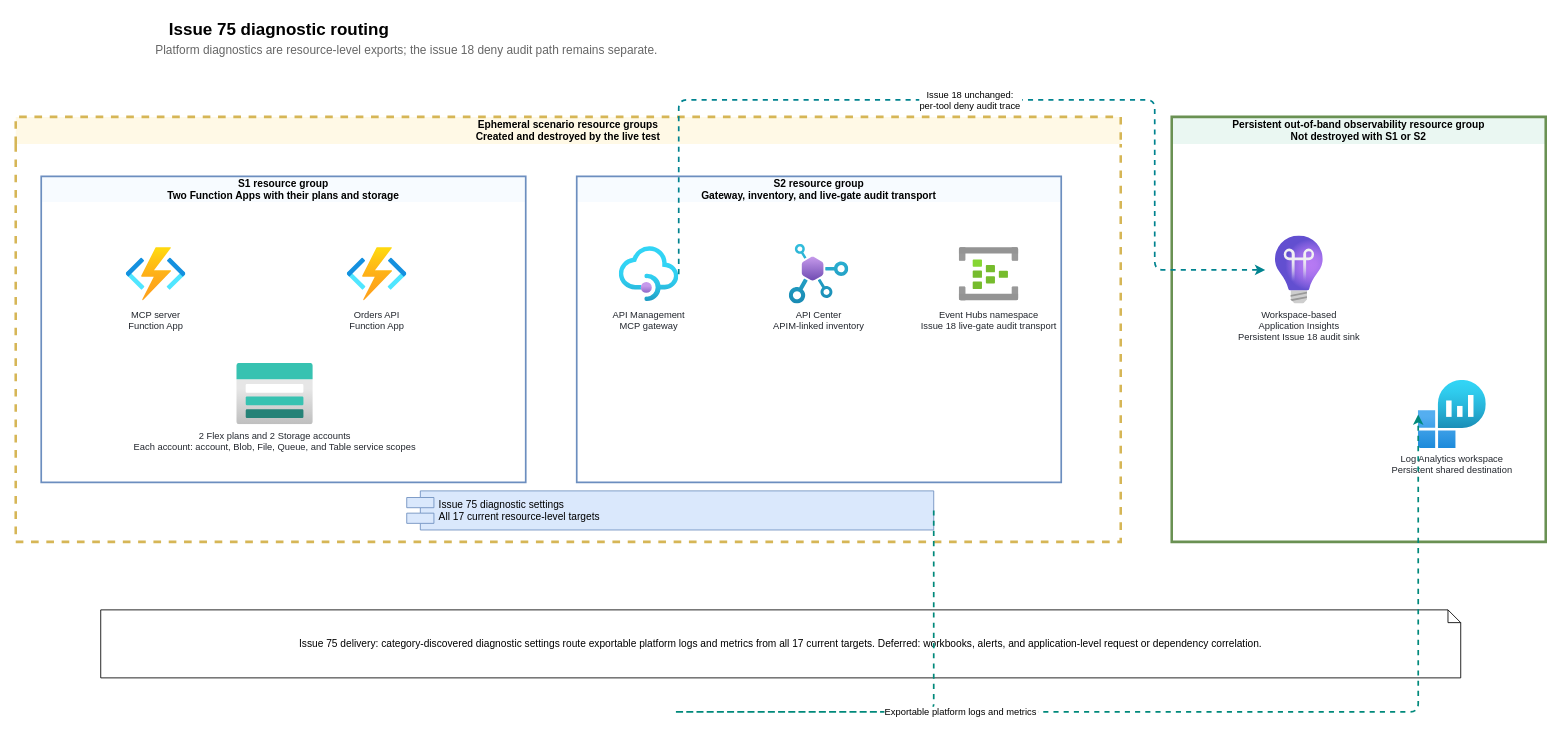
The draw.io diagram docs/diagrams/diagnostic-routing.drawio in collaborationwithothers/mcp-platform-azure, before the edit. Source tidied: cells renumbered, new cells numbered last; positions are measured from the earlier drawing's top-left corner, leaving out a move shared by most shapes. Both pictures are drawn from the tidied source at 85%, with x=0, y=0 at pixel (15, 14).
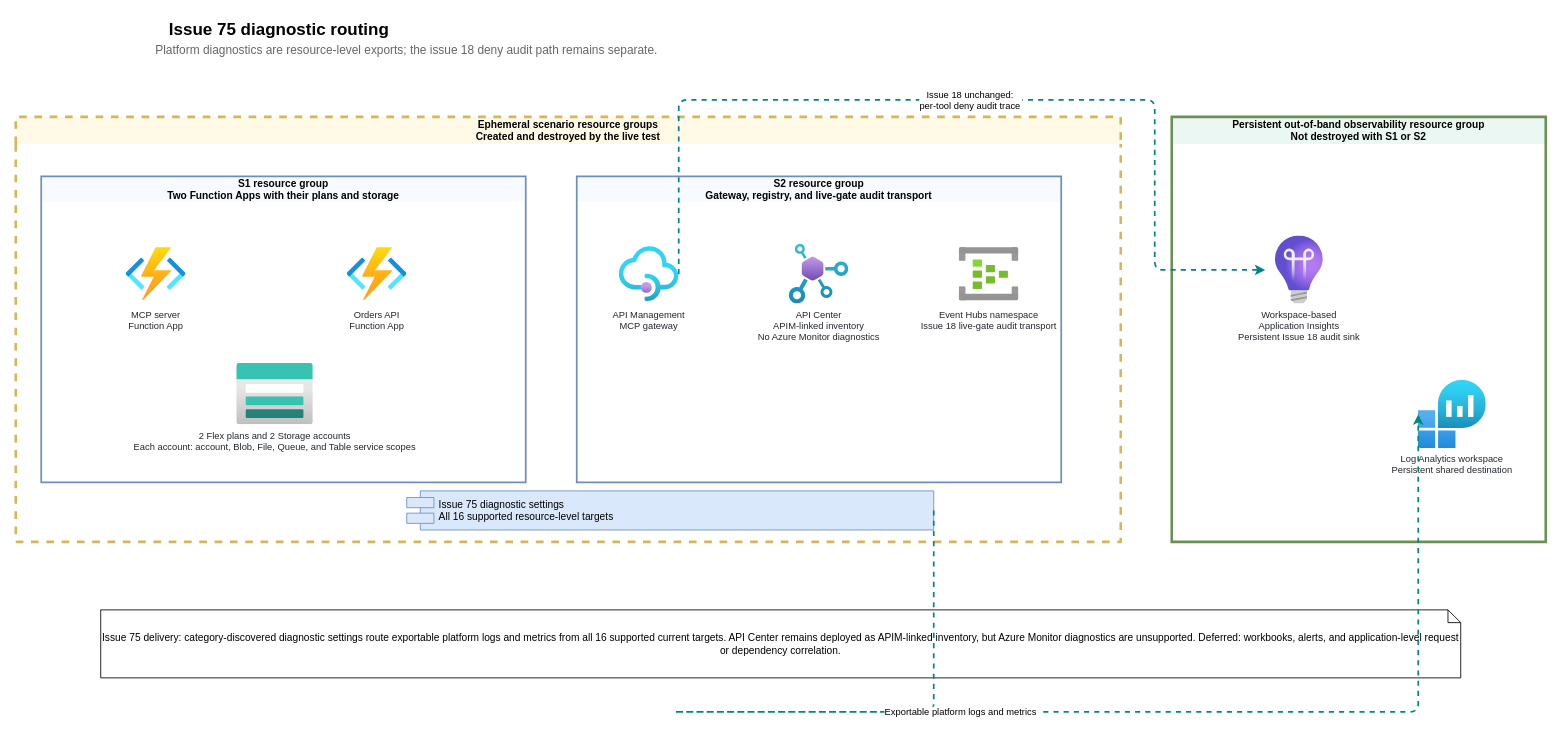
The same diagram, later.

Commit message:
docs: align diagnostic diagram with supported targets

Unchanged cells that the change refers to:
```xml
<mxCell id="2" value="Ephemeral scenario resource groups&#10;Created and destroyed by the live test" style="swimlane;startSize=32;fontStyle=1;fillColor=#fff9e6;strokeColor=#d6b656;strokeWidth=3;dashed=1;swimlaneLine=0;convertToSvg=1;" parent="1" vertex="1">
  <mxGeometry y="120" width="1300" height="500" as="geometry" />
</mxCell>
<mxCell id="9" value="API Management&#10;MCP gateway" style="sketch=0;points=[[0,0,0],[1,0,0],[0,1,0],[1,1,0],[0,0.5,0],[1,0.5,0]];image;fontSize=11;fontColor=#23272E;verticalLabelPosition=bottom;verticalAlign=top;labelPosition=center;image=img/lib/azure2/app_services/API_Management_Services.svg;convertToSvg=1;" parent="4" vertex="1">
  <mxGeometry x="50" y="80" width="70" height="70" as="geometry" />
</mxCell>
<mxCell id="12" value="Workspace-based&#10;Application Insights&#10;Persistent Issue 18 audit sink" style="sketch=0;points=[[0,0,0],[1,0,0],[0,1,0],[1,1,0],[0,0.5,0],[1,0.5,0]];image;fontSize=11;fontColor=#23272E;verticalLabelPosition=bottom;verticalAlign=top;labelPosition=center;image=img/lib/azure2/devops/Application_Insights.svg;convertToSvg=1;" parent="5" vertex="1">
  <mxGeometry x="110" y="140" width="80" height="80" as="geometry" />
</mxCell>
<mxCell id="13" value="Log Analytics workspace&#10;Persistent shared destination" style="sketch=0;points=[[0,0,0],[1,0,0],[0,1,0],[1,1,0],[0,0.5,0],[1,0.5,0]];image;fontSize=11;fontColor=#23272E;verticalLabelPosition=bottom;verticalAlign=top;labelPosition=center;image=img/lib/azure2/analytics/Log_Analytics_Workspaces.svg;convertToSvg=1;" parent="5" vertex="1">
  <mxGeometry x="290" y="310" width="80" height="80" as="geometry" />
</mxCell>
```

Change to the diagram source:
```diff
@@
-    <mxCell id="4" value="S2 resource group&#10;Gateway, inventory, and live-gate audit transport" style="swimlane;startSize=30;fontStyle=1;fillColor=#f7fbff;strokeColor=#6c8ebf;strokeWidth=2;swimlaneLine=0;convertToSvg=1;" parent="2" vertex="1">
+    <mxCell id="4" value="S2 resource group&#10;Gateway, registry, and live-gate audit transport" style="swimlane;startSize=30;fontStyle=1;fillColor=#f7fbff;strokeColor=#6c8ebf;strokeWidth=2;swimlaneLine=0;convertToSvg=1;" parent="2" vertex="1">
       <mxGeometry x="660" y="70" width="570" height="360" as="geometry" />
     </mxCell>
@@
-    <mxCell id="10" value="API Center&#10;APIM-linked inventory" style="sketch=0;image;fontSize=11;fontColor=#23272E;verticalLabelPosition=bottom;verticalAlign=top;labelPosition=center;image=img/lib/azure2/web/API_Center.svg;convertToSvg=1;" parent="4" vertex="1">
+    <mxCell id="10" value="API Center&#10;APIM-linked inventory&#10;No Azure Monitor diagnostics" style="sketch=0;image;fontSize=11;fontColor=#23272E;verticalLabelPosition=bottom;verticalAlign=top;labelPosition=center;image=img/lib/azure2/web/API_Center.svg;convertToSvg=1;" parent="4" vertex="1">
       <mxGeometry x="250" y="80" width="70" height="70" as="geometry" />
     </mxCell>
@@
-    <mxCell id="14" value="Issue 75 delivery: category-discovered diagnostic settings route exportable platform logs and metrics from all 17 current targets. Deferred: workbooks, alerts, and application-level request or dependency correlation." style="shape=note;whiteSpace=wrap;backgroundOutline=1;size=15;convertToSvg=1;" parent="1" vertex="1">
+    <mxCell id="14" value="Issue 75 delivery: category-discovered diagnostic settings route exportable platform logs and metrics from all 16 supported current targets. API Center remains deployed as APIM-linked inventory, but Azure Monitor diagnostics are unsupported. Deferred: workbooks, alerts, and application-level request or dependency correlation." style="shape=note;whiteSpace=wrap;backgroundOutline=1;size=15;convertToSvg=1;" parent="1" vertex="1">
       <mxGeometry x="100" y="700" width="1600" height="80" as="geometry" />
     </mxCell>
-    <mxCell id="15" value="Issue 18 unchanged:&#10;per-tool deny audit trace" style="edgeStyle=orthogonalEdgeStyle;rounded=1;jettySize=auto;endArrow=classic;strokeColor=#00838F;strokeWidth=2;dashed=1;exitX=1.0;exitY=0.5;exitDx=0;exitDy=0;exitPerimeter=0;entryX=0.0;entryY=0.5;entryDx=0;entryDy=0;entryPerimeter=0;exitX=1.0;exitY=0.5;exitDx=0;exitDy=0;exitPerimeter=0;entryX=0.0;entryY=0.5;entryDx=0;entryDy=0;entryPerimeter=0;exitX=1.0;exitY=0.5;exitDx=0;exitDy=0;exitPerimeter=0;entryX=0.0;entryY=0.5;entryDx=0;entryDy=0;entryPerimeter=0;convertToSvg=1;exitX=1.0;exitY=0.5;exitDx=0;exitDy=0;exitPerimeter=0;entryX=0.0;entryY=0.5;entryDx=0;entryDy=0;entryPerimeter=0;" parent="1" edge="1" source="9" target="12">
+    <mxCell id="15" value="Issue 18 unchanged:&#10;per-tool deny audit trace" style="edgeStyle=orthogonalEdgeStyle;rounded=1;jettySize=auto;endArrow=classic;strokeColor=#00838F;strokeWidth=2;dashed=1;exitX=1.0;exitY=0.5;exitDx=0;exitDy=0;exitPerimeter=0;entryX=0.0;entryY=0.5;entryDx=0;entryDy=0;entryPerimeter=0;exitX=1.0;exitY=0.5;exitDx=0;exitDy=0;exitPerimeter=0;entryX=0.0;entryY=0.5;entryDx=0;entryDy=0;entryPerimeter=0;exitX=1.0;exitY=0.5;exitDx=0;exitDy=0;exitPerimeter=0;entryX=0.0;entryY=0.5;entryDx=0;entryDy=0;entryPerimeter=0;convertToSvg=1;exitX=1.0;exitY=0.5;exitDx=0;exitDy=0;exitPerimeter=0;entryX=0.0;entryY=0.5;entryDx=0;entryDy=0;entryPerimeter=0;exitX=1.0;exitY=0.5;exitDx=0;exitDy=0;exitPerimeter=0;entryX=0.0;entryY=0.5;entryDx=0;entryDy=0;entryPerimeter=0;" parent="1" edge="1" source="9" target="12">
       <mxGeometry relative="1" as="geometry">
         <Array as="points">
           <mxPoint x="1340" y="100" />
         </Array>
       </mxGeometry>
     </mxCell>
@@
-    <mxCell id="18" value="Issue 75 diagnostic settings&#10;All 17 current resource-level targets" style="shape=component;align=left;spacingLeft=36;fillColor=#dae8fc;strokeColor=#6c8ebf;convertToSvg=1;" parent="2" vertex="1">
+    <mxCell id="18" value="Issue 75 diagnostic settings&#10;All 16 supported resource-level targets" style="shape=component;align=left;spacingLeft=36;fillColor=#dae8fc;strokeColor=#6c8ebf;convertToSvg=1;" parent="2" vertex="1">
       <mxGeometry x="460" y="440" width="620" height="46" as="geometry" />
     </mxCell>
-    <mxCell id="19" value="Exportable platform logs and metrics" style="edgeStyle=orthogonalEdgeStyle;rounded=1;jettySize=auto;endArrow=classic;strokeColor=#00897B;strokeWidth=2;dashed=1;exitX=1.0;exitY=0.5;exitDx=0;exitDy=0;exitPerimeter=0;entryX=0.0;entryY=0.5;entryDx=0;entryDy=0;entryPerimeter=0;exitX=1.0;exitY=0.5;exitDx=0;exitDy=0;exitPerimeter=0;entryX=0.0;entryY=0.5;entryDx=0;entryDy=0;entryPerimeter=0;exitX=1.0;exitY=0.5;exitDx=0;exitDy=0;exitPerimeter=0;entryX=0.0;entryY=0.5;entryDx=0;entryDy=0;entryPerimeter=0;convertToSvg=1;exitX=1.0;exitY=0.5;exitDx=0;exitDy=0;exitPerimeter=0;entryX=0.0;entryY=0.5;entryDx=0;entryDy=0;entryPerimeter=0;" parent="1" edge="1" source="18" target="13">
+    <mxCell id="19" value="Exportable platform logs and metrics" style="edgeStyle=orthogonalEdgeStyle;rounded=1;jettySize=auto;endArrow=classic;strokeColor=#00897B;strokeWidth=2;dashed=1;exitX=1.0;exitY=0.5;exitDx=0;exitDy=0;exitPerimeter=0;entryX=0.0;entryY=0.5;entryDx=0;entryDy=0;entryPerimeter=0;exitX=1.0;exitY=0.5;exitDx=0;exitDy=0;exitPerimeter=0;entryX=0.0;entryY=0.5;entryDx=0;entryDy=0;entryPerimeter=0;exitX=1.0;exitY=0.5;exitDx=0;exitDy=0;exitPerimeter=0;entryX=0.0;entryY=0.5;entryDx=0;entryDy=0;entryPerimeter=0;convertToSvg=1;exitX=1.0;exitY=0.5;exitDx=0;exitDy=0;exitPerimeter=0;entryX=0.0;entryY=0.5;entryDx=0;entryDy=0;entryPerimeter=0;exitX=1.0;exitY=0.5;exitDx=0;exitDy=0;exitPerimeter=0;entryX=0.0;entryY=0.5;entryDx=0;entryDy=0;entryPerimeter=0;" parent="1" edge="1" source="18" target="13">
       <mxGeometry relative="1" as="geometry">
         <Array as="points">
           <mxPoint x="770" y="820" />
           <mxPoint x="1690" y="820" />
         </Array>
       </mxGeometry>
     </mxCell>
```
